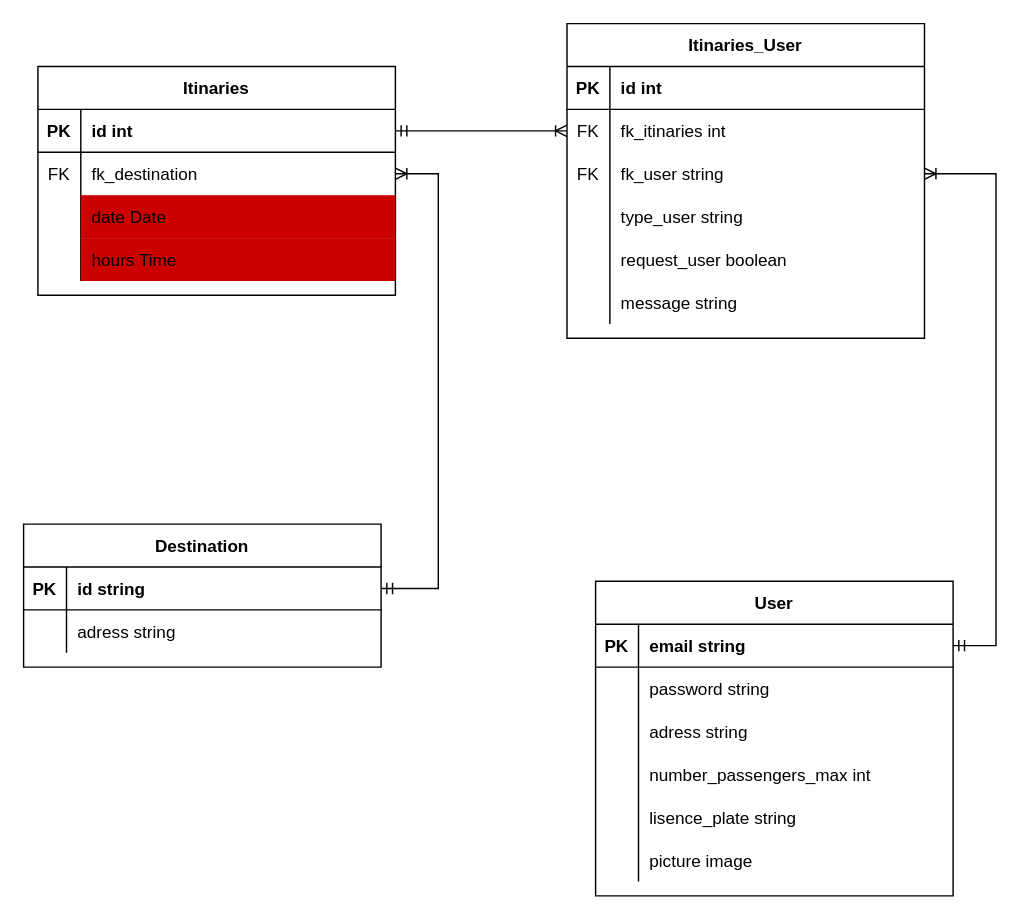
The draw.io diagram page "Page-1" (1 of 7) of Diagramme relationnel.drawio in jmimassi/Carpooling, before the edit. Source tidied: cells renumbered, new cells numbered last; positions are measured from the earlier drawing's top-left corner, leaving out a move shared by most shapes. Both pictures are drawn from the tidied source at 143%, with x=0, y=0 at pixel (23, 23).
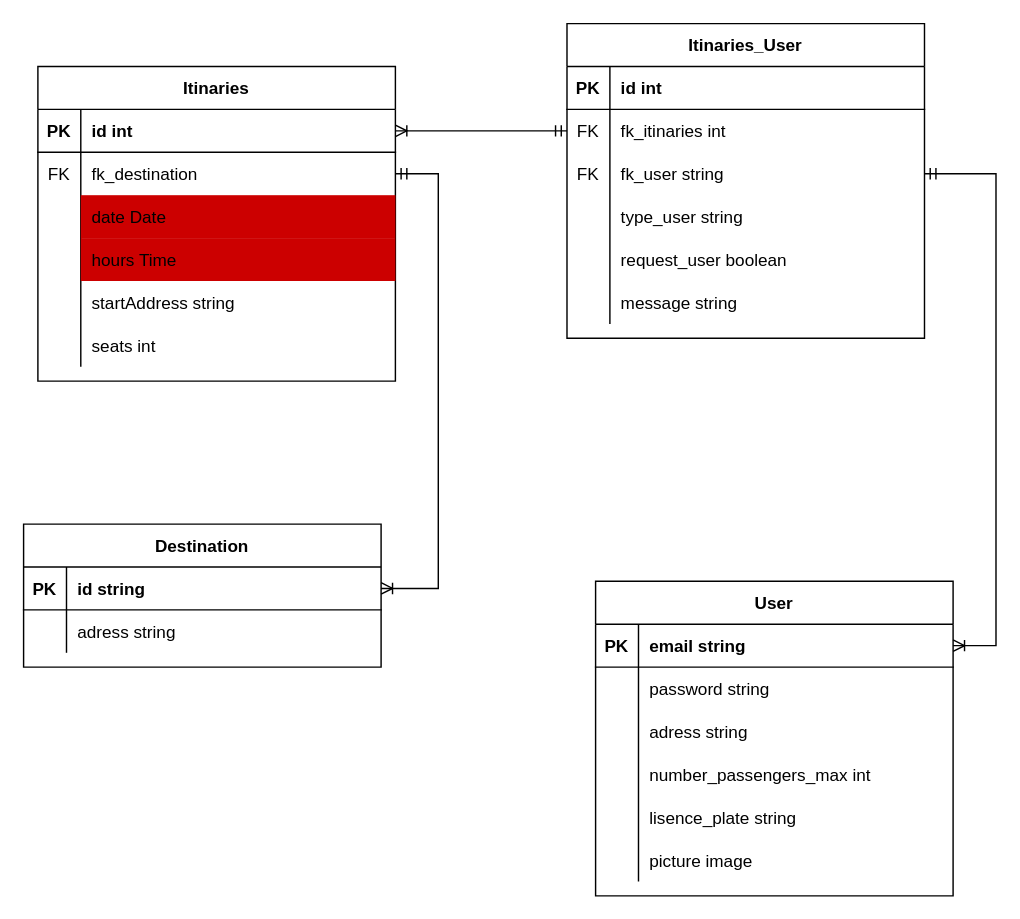
After the change.

Commit message:
create the link between the tables but problem to fix with the fk

The change refers to these unchanged cells:
```xml
<mxCell id="3" style="shape=partialRectangle;fillColor=none;points=[[0,0.5],[1,0.5]];portConstraint=eastwest;top=0;left=0;right=0;bottom=1;" parent="2" vertex="1">
  <mxGeometry y="30" width="250" height="30" as="geometry" />
</mxCell>
<mxCell id="6" style="shape=tableRow;horizontal=0;startSize=0;swimlaneHead=0;swimlaneBody=0;fillColor=none;points=[[0,0.5],[1,0.5]];portConstraint=eastwest;top=0;left=0;right=0;bottom=0;" parent="2" vertex="1">
  <mxGeometry y="60" width="250" height="30" as="geometry" />
</mxCell>
<mxCell id="16" style="shape=partialRectangle;fillColor=none;points=[[0,0.5],[1,0.5]];portConstraint=eastwest;top=0;left=0;right=0;bottom=1;" parent="15" vertex="1">
  <mxGeometry y="30" width="250" height="30" as="geometry" />
</mxCell>
<mxCell id="23" style="shape=partialRectangle;fillColor=none;points=[[0,0.5],[1,0.5]];portConstraint=eastwest;top=0;left=0;right=0;bottom=1;" parent="22" vertex="1">
  <mxGeometry y="30" width="250" height="30" as="geometry" />
</mxCell>
<mxCell id="45" style="shape=tableRow;horizontal=0;startSize=0;swimlaneHead=0;swimlaneBody=0;fillColor=none;points=[[0,0.5],[1,0.5]];portConstraint=eastwest;top=0;left=0;right=0;bottom=0;" parent="41" vertex="1">
  <mxGeometry y="60" width="250" height="30" as="geometry" />
</mxCell>
<mxCell id="48" style="shape=tableRow;horizontal=0;startSize=0;swimlaneHead=0;swimlaneBody=0;fillColor=none;points=[[0,0.5],[1,0.5]];portConstraint=eastwest;top=0;left=0;right=0;bottom=0;" parent="41" vertex="1">
  <mxGeometry y="90" width="250" height="30" as="geometry" />
</mxCell>
```

What changed in the source:
```diff
@@
     <mxCell id="2" value="Itinaries" style="shape=table;startSize=30;childLayout=tableLayout;rowLines=0;fontStyle=1;align=center;" parent="1" vertex="1">
-      <mxGeometry x="10" y="30" width="250" height="160" as="geometry" />
+      <mxGeometry x="10" y="30" width="250" height="220" as="geometry" />
     </mxCell>
@@
+    <mxCell id="63" style="shape=partialRectangle;fillColor=none;top=0;left=0;right=0;bottom=0;" parent="2" vertex="1">
+      <mxGeometry y="150" width="250" height="30" as="geometry" />
+    </mxCell>
+    <mxCell id="64" style="shape=partialRectangle;overflow=hidden;fillColor=none;top=0;left=0;bottom=0;right=0;" parent="63" vertex="1">
+      <mxGeometry width="30" height="30" as="geometry" />
+    </mxCell>
+    <mxCell id="65" value="startAddress string" style="shape=partialRectangle;overflow=hidden;fillColor=none;top=0;left=0;bottom=0;right=0;align=left;spacingLeft=6;strokeColor=none;" parent="63" vertex="1">
+      <mxGeometry x="30" width="220" height="30" as="geometry" />
+    </mxCell>
+    <mxCell id="66" style="shape=partialRectangle;fillColor=none;top=0;left=0;right=0;bottom=0;" parent="2" vertex="1">
+      <mxGeometry y="180" width="250" height="30" as="geometry" />
+    </mxCell>
+    <mxCell id="67" style="shape=partialRectangle;overflow=hidden;fillColor=none;top=0;left=0;bottom=0;right=0;" parent="66" vertex="1">
+      <mxGeometry width="30" height="30" as="geometry" />
+    </mxCell>
+    <mxCell id="68" value="seats int" style="shape=partialRectangle;overflow=hidden;fillColor=none;top=0;left=0;bottom=0;right=0;align=left;spacingLeft=6;strokeColor=#F0F0F0;" parent="66" vertex="1">
+      <mxGeometry x="30" width="220" height="30" as="geometry" />
+    </mxCell>
@@
-    <mxCell id="60" style="edgeStyle=entityRelationEdgeStyle;fontSize=12;html=1;endArrow=ERoneToMany;startArrow=ERmandOne;rounded=0;" parent="1" edge="1" source="3" target="45">
-      <mxGeometry relative="1" as="geometry" />
-    </mxCell>
-    <mxCell id="61" style="edgeStyle=entityRelationEdgeStyle;fontSize=12;html=1;endArrow=ERoneToMany;startArrow=ERmandOne;rounded=0;" parent="1" edge="1" source="23" target="48">
-      <mxGeometry relative="1" as="geometry" />
-    </mxCell>
-    <mxCell id="62" style="edgeStyle=entityRelationEdgeStyle;fontSize=12;html=1;endArrow=ERoneToMany;startArrow=ERmandOne;rounded=0;" parent="1" edge="1" source="16" target="6">
-      <mxGeometry relative="1" as="geometry" />
-    </mxCell>
+    <mxCell id="69" style="edgeStyle=entityRelationEdgeStyle;fontSize=12;html=1;endArrow=ERoneToMany;startArrow=ERmandOne;rounded=0;" parent="1" edge="1" source="48" target="23">
+      <mxGeometry relative="1" as="geometry" />
+    </mxCell>
+    <mxCell id="70" style="edgeStyle=entityRelationEdgeStyle;fontSize=12;html=1;endArrow=ERoneToMany;startArrow=ERmandOne;rounded=0;" parent="1" edge="1" source="45" target="3">
+      <mxGeometry relative="1" as="geometry" />
+    </mxCell>
+    <mxCell id="71" style="edgeStyle=entityRelationEdgeStyle;fontSize=12;html=1;endArrow=ERoneToMany;startArrow=ERmandOne;rounded=0;" parent="1" edge="1" source="6" target="16">
+      <mxGeometry relative="1" as="geometry" />
+    </mxCell>
```
